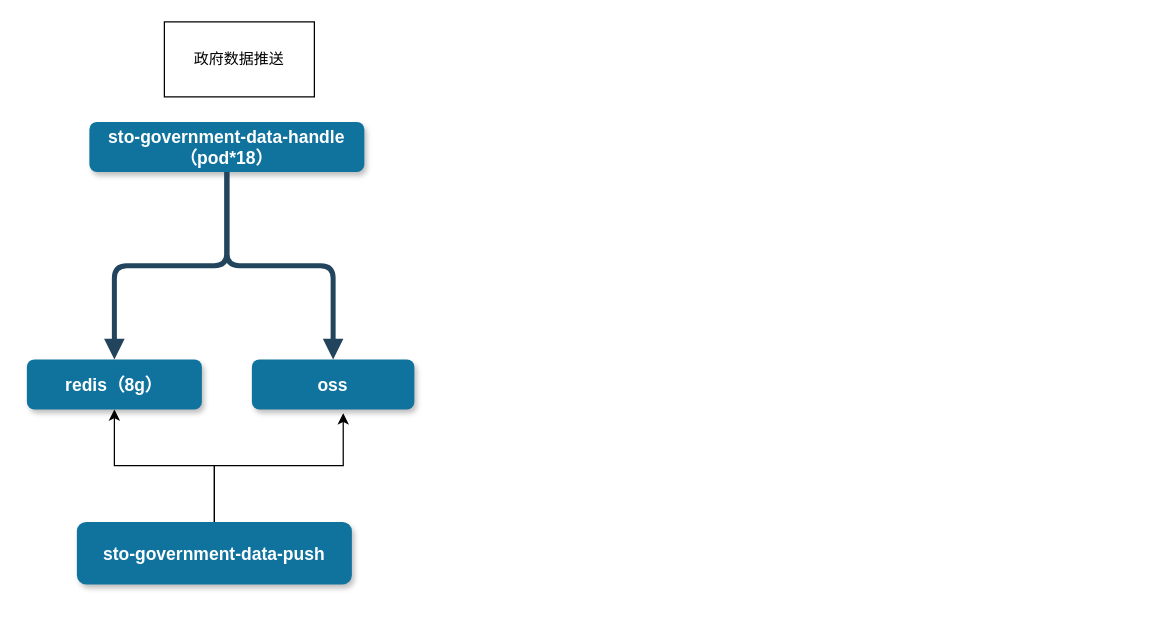
This is code/default/Untitled Diagram.drawio from gemeng091/XX-Net, a draw.io file, before an edit. Source tidied: cells renumbered, new cells numbered last; positions are measured from the earlier drawing's top-left corner, leaving out a move shared by most shapes. Both pictures are drawn from the tidied source at 125%, with x=0, y=0 at pixel (26, 21).
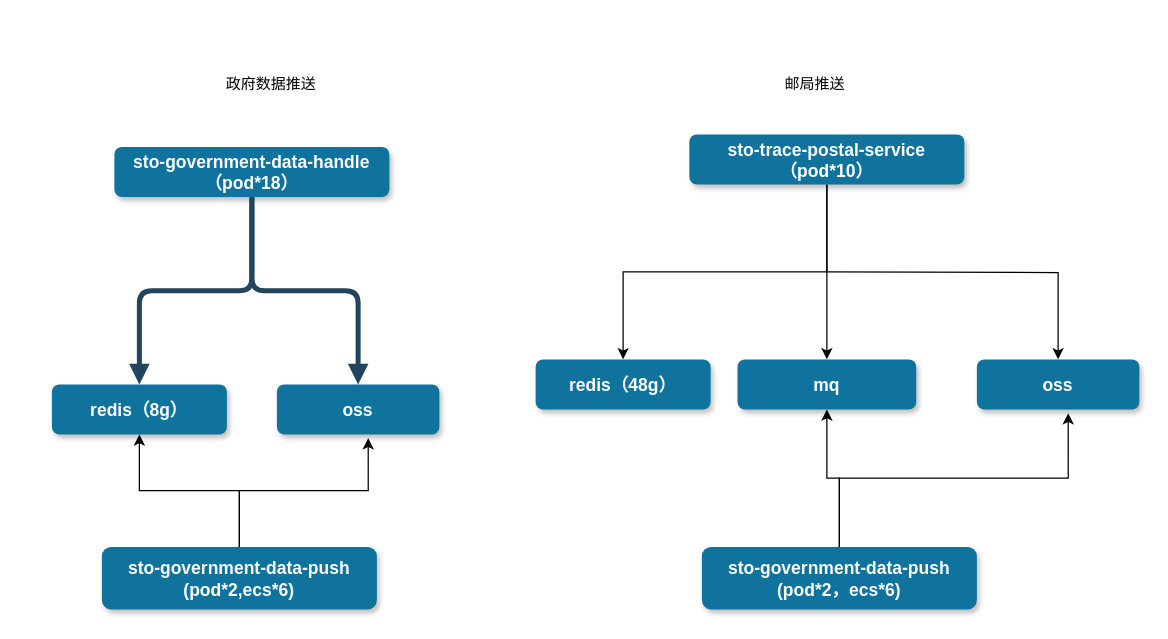
The same page after the edit.

The edit, as a diff of the source:
```diff
@@
+    <mxCell id="11" style="edgeStyle=orthogonalEdgeStyle;rounded=0;jettySize=auto;html=1;entryX=0.5;entryY=0;entryDx=0;entryDy=0;" parent="1" edge="1" source="2" target="24">
+      <mxGeometry relative="1" as="geometry" />
+    </mxCell>
-    <mxCell id="2" value="sto-government-data-handle&#10;（pod*18）" style="rounded=1;fillColor=#10739E;strokeColor=none;shadow=1;gradientColor=none;fontStyle=1;fontColor=#FFFFFF;fontSize=14;" parent="1" vertex="1">
-      <mxGeometry x="50" y="80" width="220" height="40" as="geometry" />
+    <mxCell id="2" value="sto-trace-postal-service&#10;（pod*10）" style="rounded=1;fillColor=#10739E;strokeColor=none;shadow=1;gradientColor=none;fontStyle=1;fontColor=#FFFFFF;fontSize=14;" parent="1" vertex="1">
+      <mxGeometry x="530" y="90" width="220" height="40" as="geometry" />
     </mxCell>
     <mxCell id="3" value="oss" style="rounded=1;fillColor=#10739E;strokeColor=none;shadow=1;gradientColor=none;fontStyle=1;fontColor=#FFFFFF;fontSize=14;" parent="1" vertex="1">
-      <mxGeometry x="180" y="270" width="130" height="40" as="geometry" />
+      <mxGeometry x="760" y="270" width="130" height="40" as="geometry" />
     </mxCell>
-    <mxCell id="4" style="edgeStyle=elbowEdgeStyle;elbow=vertical;strokeWidth=4;endArrow=block;endFill=1;fontStyle=1;strokeColor=#23445D;" parent="1" edge="1" source="2" target="3">
-      <mxGeometry x="22" y="165.5" as="geometry" />
-    </mxCell>
-    <mxCell id="5" value="redis（8g）" style="rounded=1;fillColor=#10739E;strokeColor=none;shadow=1;gradientColor=none;fontStyle=1;fontColor=#FFFFFF;fontSize=14;" parent="1" vertex="1">
-      <mxGeometry y="270" width="140" height="40" as="geometry" />
+    <mxCell id="5" value="redis（48g）" style="rounded=1;fillColor=#10739E;strokeColor=none;shadow=1;gradientColor=none;fontStyle=1;fontColor=#FFFFFF;fontSize=14;" parent="1" vertex="1">
+      <mxGeometry x="407" y="270" width="140" height="40" as="geometry" />
     </mxCell>
-    <mxCell id="6" style="edgeStyle=elbowEdgeStyle;elbow=vertical;strokeWidth=4;endArrow=block;endFill=1;fontStyle=1;strokeColor=#23445D;entryX=0.5;entryY=0;entryDx=0;entryDy=0;exitX=0.5;exitY=1;exitDx=0;exitDy=0;" parent="1" edge="1" source="2" target="5">
-      <mxGeometry x="32" y="175.5" as="geometry" />
-    </mxCell>
-    <mxCell id="7" style="edgeStyle=orthogonalEdgeStyle;rounded=0;jettySize=auto;html=1;entryX=0.5;entryY=1;entryDx=0;entryDy=0;exitX=0.5;exitY=0;exitDx=0;exitDy=0;" parent="1" edge="1" source="9" target="5">
+    <mxCell id="7" style="edgeStyle=orthogonalEdgeStyle;rounded=0;jettySize=auto;html=1;entryX=0.5;entryY=1;entryDx=0;entryDy=0;exitX=0.5;exitY=0;exitDx=0;exitDy=0;" parent="1" edge="1" source="9" target="24">
       <mxGeometry relative="1" as="geometry" />
     </mxCell>
@@
-    <mxCell id="9" value="sto-government-data-push" style="rounded=1;fillColor=#10739E;strokeColor=none;shadow=1;gradientColor=none;fontStyle=1;fontColor=#FFFFFF;fontSize=14;" parent="1" vertex="1">
-      <mxGeometry x="40" y="400" width="220" height="50" as="geometry" />
+    <mxCell id="9" value="sto-government-data-push&#10;(pod*2，ecs*6)" style="rounded=1;fillColor=#10739E;strokeColor=none;shadow=1;gradientColor=none;fontStyle=1;fontColor=#FFFFFF;fontSize=14;" parent="1" vertex="1">
+      <mxGeometry x="540" y="420" width="220" height="50" as="geometry" />
     </mxCell>
+    <mxCell id="12" style="text;html=1;align=center;verticalAlign=middle;" parent="1" vertex="1">
+      <mxGeometry x="540" y="90" width="20" height="20" as="geometry" />
+    </mxCell>
-    <mxCell id="10" value="政府数据推送" style="rounded=0;whiteSpace=wrap;html=1;" parent="1" vertex="1">
-      <mxGeometry x="110" width="120" height="60" as="geometry" />
+    <mxCell id="10" value="政府数据推送" style="text;html=1;align=center;verticalAlign=middle;" parent="1" vertex="1">
+      <mxGeometry x="150" y="40" width="90" height="20" as="geometry" />
     </mxCell>
+    <mxCell id="13" style="text;html=1;align=center;verticalAlign=middle;" parent="1" vertex="1">
+      <mxGeometry x="640" y="130" width="20" height="20" as="geometry" />
+    </mxCell>
+    <mxCell id="14" value="sto-government-data-handle&#10;（pod*18）" style="rounded=1;fillColor=#10739E;strokeColor=none;shadow=1;gradientColor=none;fontStyle=1;fontColor=#FFFFFF;fontSize=14;" parent="1" vertex="1">
+      <mxGeometry x="70" y="100" width="220" height="40" as="geometry" />
+    </mxCell>
+    <mxCell id="15" value="oss" style="rounded=1;fillColor=#10739E;strokeColor=none;shadow=1;gradientColor=none;fontStyle=1;fontColor=#FFFFFF;fontSize=14;" parent="1" vertex="1">
+      <mxGeometry x="200" y="290" width="130" height="40" as="geometry" />
+    </mxCell>
+    <mxCell id="16" style="edgeStyle=elbowEdgeStyle;elbow=vertical;strokeWidth=4;endArrow=block;endFill=1;fontStyle=1;strokeColor=#23445D;" parent="1" edge="1" source="14" target="15">
+      <mxGeometry x="42" y="185.5" as="geometry" />
+    </mxCell>
+    <mxCell id="17" value="redis（8g）" style="rounded=1;fillColor=#10739E;strokeColor=none;shadow=1;gradientColor=none;fontStyle=1;fontColor=#FFFFFF;fontSize=14;" parent="1" vertex="1">
+      <mxGeometry x="20" y="290" width="140" height="40" as="geometry" />
+    </mxCell>
+    <mxCell id="18" style="edgeStyle=elbowEdgeStyle;elbow=vertical;strokeWidth=4;endArrow=block;endFill=1;fontStyle=1;strokeColor=#23445D;entryX=0.5;entryY=0;entryDx=0;entryDy=0;exitX=0.5;exitY=1;exitDx=0;exitDy=0;" parent="1" edge="1" source="14" target="17">
+      <mxGeometry x="52" y="195.5" as="geometry" />
+    </mxCell>
+    <mxCell id="19" style="edgeStyle=orthogonalEdgeStyle;rounded=0;jettySize=auto;html=1;entryX=0.5;entryY=1;entryDx=0;entryDy=0;exitX=0.5;exitY=0;exitDx=0;exitDy=0;" parent="1" edge="1" source="21" target="17">
+      <mxGeometry relative="1" as="geometry" />
+    </mxCell>
+    <mxCell id="20" style="edgeStyle=orthogonalEdgeStyle;rounded=0;jettySize=auto;html=1;entryX=0.562;entryY=1.075;entryDx=0;entryDy=0;entryPerimeter=0;" parent="1" edge="1" source="21" target="15">
+      <mxGeometry relative="1" as="geometry" />
+    </mxCell>
+    <mxCell id="21" value="sto-government-data-push&#10;(pod*2,ecs*6)" style="rounded=1;fillColor=#10739E;strokeColor=none;shadow=1;gradientColor=none;fontStyle=1;fontColor=#FFFFFF;fontSize=14;" parent="1" vertex="1">
+      <mxGeometry x="60" y="420" width="220" height="50" as="geometry" />
+    </mxCell>
+    <mxCell id="22" style="text;html=1;align=center;verticalAlign=middle;" parent="1" vertex="1">
+      <mxGeometry x="130" y="50" width="20" height="20" as="geometry" />
+    </mxCell>
+    <mxCell id="23" value="邮局推送" style="text;html=1;align=center;verticalAlign=middle;" parent="1" vertex="1">
+      <mxGeometry x="600" y="40" width="60" height="20" as="geometry" />
+    </mxCell>
+    <mxCell id="24" value="mq" style="rounded=1;fillColor=#10739E;strokeColor=none;shadow=1;gradientColor=none;fontStyle=1;fontColor=#FFFFFF;fontSize=14;" parent="1" vertex="1">
+      <mxGeometry x="568.5" y="270" width="143" height="40" as="geometry" />
+    </mxCell>
+    <mxCell id="6" style="edgeStyle=orthogonalEdgeStyle;rounded=0;jettySize=auto;html=1;entryX=0.5;entryY=0;entryDx=0;entryDy=0;exitX=0.5;exitY=1;exitDx=0;exitDy=0;" parent="1" edge="1" source="2" target="5">
+      <mxGeometry relative="1" as="geometry" />
+    </mxCell>
+    <mxCell id="25" style="edgeStyle=orthogonalEdgeStyle;rounded=0;jettySize=auto;html=1;entryX=0.5;entryY=0;entryDx=0;entryDy=0;" parent="1" edge="1" target="3">
+      <mxGeometry relative="1" as="geometry">
+        <mxPoint x="640" y="200" as="sourcePoint" />
+      </mxGeometry>
+    </mxCell>
```
